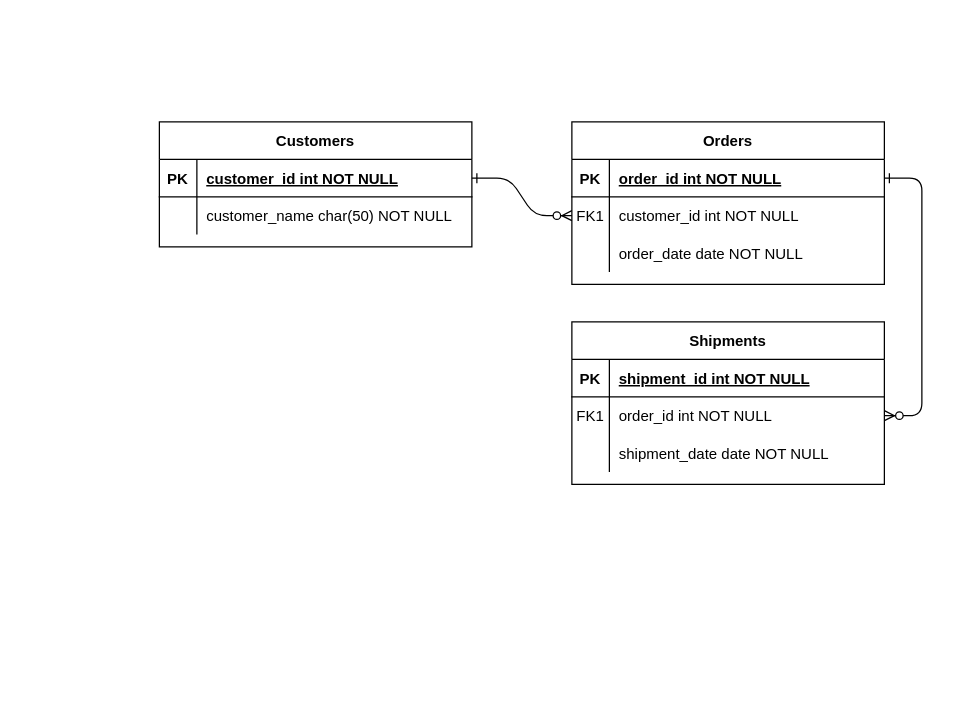
The draw.io diagram Диаграмма без названия.drawio in ilf68/job4j_elementary, before the edit. Source tidied: cells renumbered, new cells numbered last; positions are measured from the earlier drawing's top-left corner, leaving out a move shared by most shapes. Both pictures are drawn from the tidied source at 125%, with x=0, y=0 at pixel (159, 121).
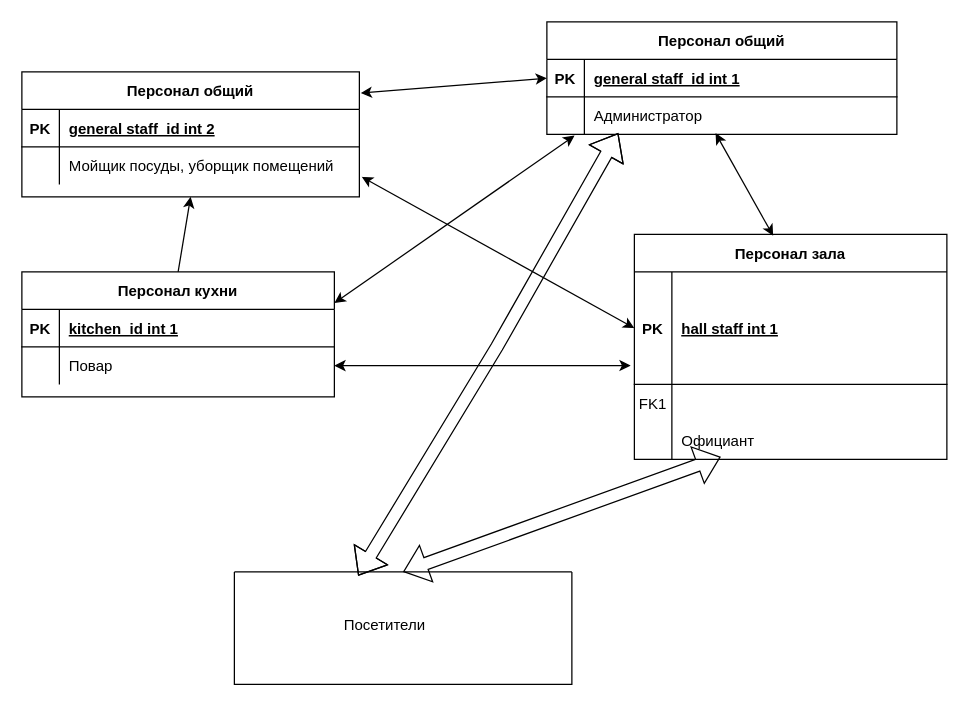
The same diagram, later.

Unchanged cells that the change refers to:
```xml
<mxCell id="25" style="shape=partialRectangle;fillColor=none;points=[[0,0.5],[1,0.5]];portConstraint=eastwest;top=0;left=0;right=0;bottom=1;" parent="24" vertex="1">
  <mxGeometry y="30" width="250" height="30" as="geometry" />
</mxCell>
<mxCell id="28" style="shape=partialRectangle;fillColor=none;points=[[0,0.5],[1,0.5]];portConstraint=eastwest;top=0;left=0;right=0;bottom=0;" parent="24" vertex="1">
  <mxGeometry y="60" width="250" height="30" as="geometry" />
</mxCell>
```

Change to the diagram source:
```diff
@@
-    <mxCell id="2" style="edgeStyle=entityRelationEdgeStyle;endArrow=ERzeroToMany;startArrow=ERone;endFill=1;startFill=0;" parent="1" edge="1" source="25" target="8">
-      <mxGeometry relative="1" as="geometry" />
-    </mxCell>
-    <mxCell id="3" style="edgeStyle=entityRelationEdgeStyle;endArrow=ERzeroToMany;startArrow=ERone;endFill=1;startFill=0;" parent="1" edge="1" source="5" target="18">
-      <mxGeometry relative="1" as="geometry" />
-    </mxCell>
-    <mxCell id="4" value="Orders" style="shape=table;startSize=30;childLayout=tableLayout;rowLines=0;fontStyle=1;align=center;" parent="1" vertex="1">
-      <mxGeometry x="330" width="250" height="130" as="geometry" />
-    </mxCell>
-    <mxCell id="5" style="shape=partialRectangle;fillColor=none;points=[[0,0.5],[1,0.5]];portConstraint=eastwest;top=0;left=0;right=0;bottom=1;" parent="4" vertex="1">
-      <mxGeometry y="30" width="250" height="30" as="geometry" />
-    </mxCell>
-    <mxCell id="6" value="PK" style="shape=partialRectangle;overflow=hidden;fillColor=none;top=0;left=0;bottom=0;right=0;fontStyle=1;" parent="5" vertex="1">
-      <mxGeometry width="30" height="30" as="geometry" />
-    </mxCell>
-    <mxCell id="7" value="order_id int NOT NULL " style="shape=partialRectangle;overflow=hidden;fillColor=none;top=0;left=0;bottom=0;right=0;align=left;spacingLeft=6;fontStyle=5;" parent="5" vertex="1">
-      <mxGeometry x="30" width="220" height="30" as="geometry" />
-    </mxCell>
-    <mxCell id="8" style="shape=partialRectangle;fillColor=none;points=[[0,0.5],[1,0.5]];portConstraint=eastwest;top=0;left=0;right=0;bottom=0;" parent="4" vertex="1">
-      <mxGeometry y="60" width="250" height="30" as="geometry" />
-    </mxCell>
-    <mxCell id="9" value="FK1" style="shape=partialRectangle;overflow=hidden;fillColor=none;top=0;left=0;bottom=0;right=0;" parent="8" vertex="1">
-      <mxGeometry width="30" height="30" as="geometry" />
-    </mxCell>
-    <mxCell id="10" value="customer_id int NOT NULL" style="shape=partialRectangle;overflow=hidden;fillColor=none;top=0;left=0;bottom=0;right=0;align=left;spacingLeft=6;" parent="8" vertex="1">
-      <mxGeometry x="30" width="220" height="30" as="geometry" />
-    </mxCell>
-    <mxCell id="11" style="shape=partialRectangle;fillColor=none;top=0;left=0;right=0;bottom=0;" parent="4" vertex="1">
-      <mxGeometry y="90" width="250" height="30" as="geometry" />
-    </mxCell>
-    <mxCell id="12" style="shape=partialRectangle;overflow=hidden;fillColor=none;top=0;left=0;bottom=0;right=0;" parent="11" vertex="1">
-      <mxGeometry width="30" height="30" as="geometry" />
-    </mxCell>
-    <mxCell id="13" value="order_date date NOT NULL" style="shape=partialRectangle;overflow=hidden;fillColor=none;top=0;left=0;bottom=0;right=0;align=left;spacingLeft=6;" parent="11" vertex="1">
-      <mxGeometry x="30" width="220" height="30" as="geometry" />
-    </mxCell>
-    <mxCell id="14" value="Shipments" style="shape=table;startSize=30;childLayout=tableLayout;rowLines=0;fontStyle=1;align=center;" parent="1" vertex="1">
-      <mxGeometry x="330" y="160" width="250" height="130" as="geometry" />
+    <mxCell id="14" value="Персонал зала" style="shape=table;startSize=30;childLayout=tableLayout;rowLines=0;fontStyle=1;align=center;" parent="1" vertex="1">
+      <mxGeometry x="380" y="90" width="250" height="180" as="geometry" />
     </mxCell>
     <mxCell id="15" style="shape=partialRectangle;fillColor=none;points=[[0,0.5],[1,0.5]];portConstraint=eastwest;top=0;left=0;right=0;bottom=1;" parent="14" vertex="1">
-      <mxGeometry y="30" width="250" height="30" as="geometry" />
+      <mxGeometry y="30" width="250" height="90" as="geometry" />
     </mxCell>
     <mxCell id="16" value="PK" style="shape=partialRectangle;overflow=hidden;fillColor=none;top=0;left=0;bottom=0;right=0;fontStyle=1;" parent="15" vertex="1">
-      <mxGeometry width="30" height="30" as="geometry" />
+      <mxGeometry width="30" height="90" as="geometry" />
     </mxCell>
-    <mxCell id="17" value="shipment_id int NOT NULL " style="shape=partialRectangle;overflow=hidden;fillColor=none;top=0;left=0;bottom=0;right=0;align=left;spacingLeft=6;fontStyle=5;" parent="15" vertex="1">
-      <mxGeometry x="30" width="220" height="30" as="geometry" />
+    <mxCell id="17" value="hall staff int 1 " style="shape=partialRectangle;overflow=hidden;fillColor=none;top=0;left=0;bottom=0;right=0;align=left;spacingLeft=6;fontStyle=5;" parent="15" vertex="1">
+      <mxGeometry x="30" width="220" height="90" as="geometry" />
     </mxCell>
     <mxCell id="18" style="shape=partialRectangle;fillColor=none;points=[[0,0.5],[1,0.5]];portConstraint=eastwest;top=0;left=0;right=0;bottom=0;" parent="14" vertex="1">
-      <mxGeometry y="60" width="250" height="30" as="geometry" />
+      <mxGeometry y="120" width="250" height="30" as="geometry" />
     </mxCell>
@@
-    <mxCell id="20" value="order_id int NOT NULL" style="shape=partialRectangle;overflow=hidden;fillColor=none;top=0;left=0;bottom=0;right=0;align=left;spacingLeft=6;" parent="18" vertex="1">
+    <mxCell id="20" style="shape=partialRectangle;overflow=hidden;fillColor=none;top=0;left=0;bottom=0;right=0;align=left;spacingLeft=6;" parent="18" vertex="1">
       <mxGeometry x="30" width="220" height="30" as="geometry" />
     </mxCell>
     <mxCell id="21" style="shape=partialRectangle;fillColor=none;points=[[0,0.5],[1,0.5]];portConstraint=eastwest;top=0;left=0;right=0;bottom=0;" parent="14" vertex="1">
-      <mxGeometry y="90" width="250" height="30" as="geometry" />
+      <mxGeometry y="150" width="250" height="30" as="geometry" />
     </mxCell>
@@
-    <mxCell id="23" value="shipment_date date NOT NULL" style="shape=partialRectangle;overflow=hidden;fillColor=none;top=0;left=0;bottom=0;right=0;align=left;spacingLeft=6;" parent="21" vertex="1">
+    <mxCell id="23" value="Официант" style="shape=partialRectangle;overflow=hidden;fillColor=none;top=0;left=0;bottom=0;right=0;align=left;spacingLeft=6;" parent="21" vertex="1">
       <mxGeometry x="30" width="220" height="30" as="geometry" />
     </mxCell>
-    <mxCell id="24" value="Customers" style="shape=table;startSize=30;childLayout=tableLayout;rowLines=0;fontStyle=1;align=center;" parent="1" vertex="1">
-      <mxGeometry width="250" height="100" as="geometry" />
+    <mxCell id="24" value="Персонал кухни" style="shape=table;startSize=30;childLayout=tableLayout;rowLines=0;fontStyle=1;align=center;" parent="1" vertex="1">
+      <mxGeometry x="-110" y="120" width="250" height="100" as="geometry" />
     </mxCell>
@@
-    <mxCell id="27" value="customer_id int NOT NULL " style="shape=partialRectangle;overflow=hidden;fillColor=none;top=0;left=0;bottom=0;right=0;align=left;spacingLeft=6;fontStyle=5;" parent="25" vertex="1">
+    <mxCell id="27" value="kitchen_id int 1 " style="shape=partialRectangle;overflow=hidden;fillColor=none;top=0;left=0;bottom=0;right=0;align=left;spacingLeft=6;fontStyle=5;" parent="25" vertex="1">
       <mxGeometry x="30" width="220" height="30" as="geometry" />
     </mxCell>
@@
-    <mxCell id="30" value="customer_name char(50) NOT NULL" style="shape=partialRectangle;overflow=hidden;fillColor=none;top=0;left=0;bottom=0;right=0;align=left;spacingLeft=6;" parent="28" vertex="1">
+    <mxCell id="30" value="Повар" style="shape=partialRectangle;overflow=hidden;fillColor=none;top=0;left=0;bottom=0;right=0;align=left;spacingLeft=6;" parent="28" vertex="1">
       <mxGeometry x="30" width="220" height="30" as="geometry" />
     </mxCell>
+    <mxCell id="31" value="Персонал общий" style="shape=table;startSize=30;childLayout=tableLayout;rowLines=0;fontStyle=1;align=center;" parent="1" vertex="1">
+      <mxGeometry x="-110" y="-40" width="270" height="100" as="geometry" />
+    </mxCell>
+    <mxCell id="32" style="shape=partialRectangle;fillColor=none;top=0;left=0;right=0;bottom=1;" parent="31" vertex="1">
+      <mxGeometry y="30" width="270" height="30" as="geometry" />
+    </mxCell>
+    <mxCell id="33" value="PK" style="shape=partialRectangle;overflow=hidden;fillColor=none;top=0;left=0;bottom=0;right=0;fontStyle=1;" parent="32" vertex="1">
+      <mxGeometry width="30" height="30" as="geometry" />
+    </mxCell>
+    <mxCell id="34" value="general staff_id int 2" style="shape=partialRectangle;overflow=hidden;fillColor=none;top=0;left=0;bottom=0;right=0;align=left;spacingLeft=6;fontStyle=5;" parent="32" vertex="1">
+      <mxGeometry x="30" width="240" height="30" as="geometry" />
+    </mxCell>
+    <mxCell id="35" style="shape=partialRectangle;fillColor=none;points=[[0,0.5],[1,0.5]];portConstraint=eastwest;top=0;left=0;right=0;bottom=0;" parent="31" vertex="1">
+      <mxGeometry y="60" width="270" height="30" as="geometry" />
+    </mxCell>
+    <mxCell id="36" style="shape=partialRectangle;overflow=hidden;fillColor=none;top=0;left=0;bottom=0;right=0;" parent="35" vertex="1">
+      <mxGeometry width="30" height="30" as="geometry" />
+    </mxCell>
+    <mxCell id="37" value="Мойщик посуды, уборщик помещений" style="shape=partialRectangle;overflow=hidden;fillColor=none;top=0;left=0;bottom=0;right=0;align=left;spacingLeft=6;" parent="35" vertex="1">
+      <mxGeometry x="30" width="240" height="30" as="geometry" />
+    </mxCell>
+    <mxCell id="38" value="Персонал общий" style="shape=table;startSize=30;childLayout=tableLayout;rowLines=0;fontStyle=1;align=center;" parent="1" vertex="1">
+      <mxGeometry x="310" y="-80" width="280" height="90" as="geometry" />
+    </mxCell>
+    <mxCell id="39" style="shape=partialRectangle;fillColor=none;points=[[0,0.5],[1,0.5]];portConstraint=eastwest;top=0;left=0;right=0;bottom=1;" parent="38" vertex="1">
+      <mxGeometry y="30" width="280" height="30" as="geometry" />
+    </mxCell>
+    <mxCell id="40" value="PK" style="shape=partialRectangle;overflow=hidden;fillColor=none;top=0;left=0;bottom=0;right=0;fontStyle=1;" parent="39" vertex="1">
+      <mxGeometry width="30" height="30" as="geometry" />
+    </mxCell>
+    <mxCell id="41" value="general staff_id int 1" style="shape=partialRectangle;overflow=hidden;fillColor=none;top=0;left=0;bottom=0;right=0;align=left;spacingLeft=6;fontStyle=5;" parent="39" vertex="1">
+      <mxGeometry x="30" width="250" height="30" as="geometry" />
+    </mxCell>
+    <mxCell id="42" style="shape=partialRectangle;fillColor=none;points=[[0,0.5],[1,0.5]];portConstraint=eastwest;top=0;left=0;right=0;bottom=0;" parent="38" vertex="1">
+      <mxGeometry y="60" width="280" height="30" as="geometry" />
+    </mxCell>
+    <mxCell id="43" style="shape=partialRectangle;overflow=hidden;fillColor=none;top=0;left=0;bottom=0;right=0;" parent="42" vertex="1">
+      <mxGeometry width="30" height="30" as="geometry" />
+    </mxCell>
+    <mxCell id="44" value="Администратор" style="shape=partialRectangle;overflow=hidden;fillColor=none;top=0;left=0;bottom=0;right=0;align=left;spacingLeft=6;" parent="42" vertex="1">
+      <mxGeometry x="30" width="250" height="30" as="geometry" />
+    </mxCell>
+    <mxCell id="45" style="swimlane;startSize=0;" parent="1" vertex="1">
+      <mxGeometry x="60" y="360" width="270" height="90" as="geometry" />
+    </mxCell>
+    <mxCell id="46" value="Посетители" style="text;html=1;align=center;verticalAlign=middle;strokeColor=none;fillColor=none;" parent="1" vertex="1">
+      <mxGeometry x="135" y="388" width="90" height="30" as="geometry" />
+    </mxCell>
+    <mxCell id="47" style="shape=flexArrow;endArrow=classic;startArrow=classic;html=1;rounded=0;entryX=0.276;entryY=0.933;entryDx=0;entryDy=0;entryPerimeter=0;exitX=0.5;exitY=0;exitDx=0;exitDy=0;" parent="1" edge="1" source="45" target="21">
+      <mxGeometry relative="1" as="geometry" />
+    </mxCell>
+    <mxCell id="48" style="endArrow=classic;startArrow=classic;html=1;rounded=0;exitX=1;exitY=0.5;exitDx=0;exitDy=0;entryX=-0.012;entryY=0.833;entryDx=0;entryDy=0;entryPerimeter=0;" parent="1" edge="1" source="28" target="15">
+      <mxGeometry relative="1" as="geometry" />
+    </mxCell>
+    <mxCell id="49" style="endArrow=classic;startArrow=classic;html=1;rounded=0;entryX=0.444;entryY=0.006;entryDx=0;entryDy=0;entryPerimeter=0;exitX=0.482;exitY=0.967;exitDx=0;exitDy=0;exitPerimeter=0;" parent="1" edge="1" source="42" target="14">
+      <mxGeometry relative="1" as="geometry" />
+    </mxCell>
+    <mxCell id="50" style="endArrow=classic;startArrow=classic;html=1;rounded=0;entryX=0;entryY=0.5;entryDx=0;entryDy=0;exitX=1.004;exitY=0.17;exitDx=0;exitDy=0;exitPerimeter=0;" parent="1" edge="1" source="31" target="39">
+      <mxGeometry relative="1" as="geometry" />
+    </mxCell>
+    <mxCell id="51" style="endArrow=classic;startArrow=classic;html=1;rounded=0;entryX=0.079;entryY=1.033;entryDx=0;entryDy=0;entryPerimeter=0;exitX=1;exitY=0.25;exitDx=0;exitDy=0;" parent="1" edge="1" source="24" target="42">
+      <mxGeometry relative="1" as="geometry" />
+    </mxCell>
+    <mxCell id="52" style="endArrow=classic;startArrow=classic;html=1;rounded=0;exitX=1.007;exitY=0.8;exitDx=0;exitDy=0;exitPerimeter=0;entryX=0;entryY=0.5;entryDx=0;entryDy=0;" parent="1" edge="1" source="35" target="15">
+      <mxGeometry relative="1" as="geometry" />
+    </mxCell>
+    <mxCell id="53" style="shape=flexArrow;endArrow=classic;startArrow=classic;html=1;rounded=0;exitX=0.367;exitY=0.033;exitDx=0;exitDy=0;exitPerimeter=0;entryX=0.204;entryY=0.967;entryDx=0;entryDy=0;entryPerimeter=0;" parent="1" edge="1" source="45" target="42">
+      <mxGeometry relative="1" as="geometry">
+        <Array as="points">
+          <mxPoint x="270" y="180" />
+        </Array>
+      </mxGeometry>
+    </mxCell>
+    <mxCell id="54" style="endArrow=classic;html=1;rounded=0;exitX=0.5;exitY=0;exitDx=0;exitDy=0;entryX=0.5;entryY=1;entryDx=0;entryDy=0;" parent="1" edge="1" source="24" target="31">
+      <mxGeometry relative="1" as="geometry" />
+    </mxCell>
```
